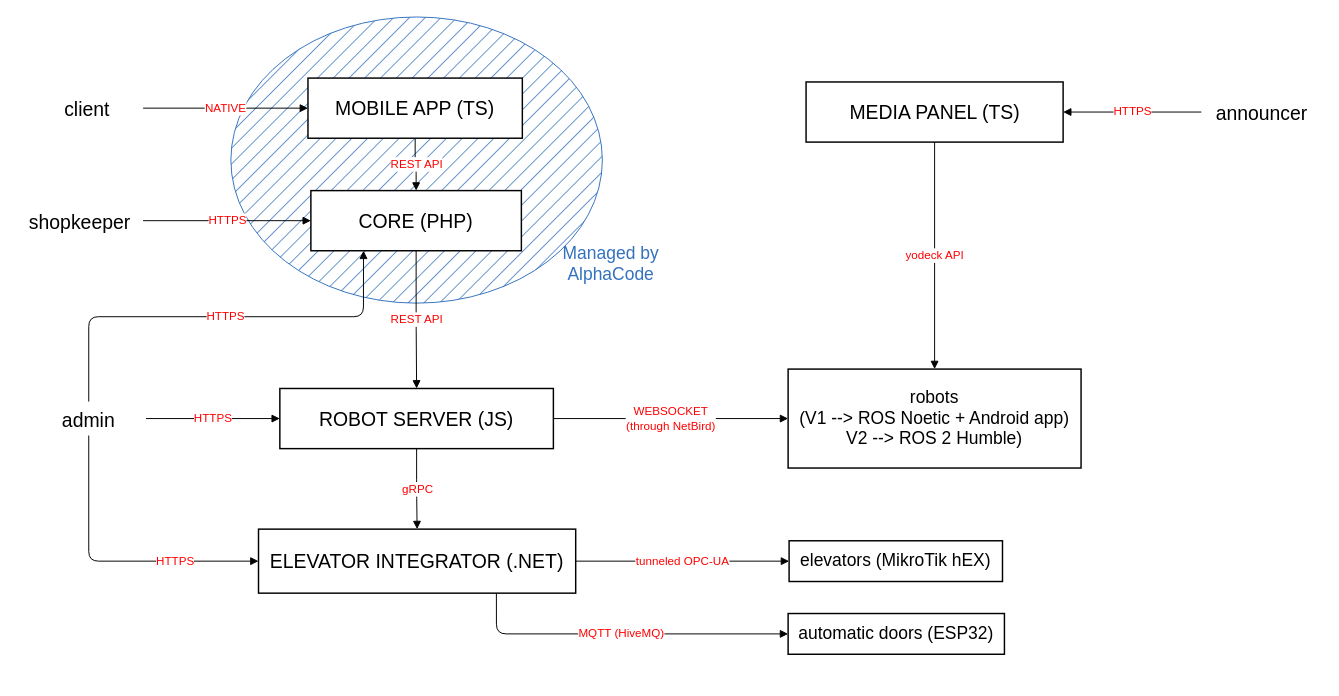
Before: skyfood_architecture.drawio in MekhyW/skyfood-infra, a draw.io diagram. Source tidied: cells renumbered, new cells numbered last; positions are measured from the earlier drawing's top-left corner, leaving out a move shared by most shapes. Both pictures are drawn from the tidied source at 97%, with x=0, y=0 at pixel (16, 16).
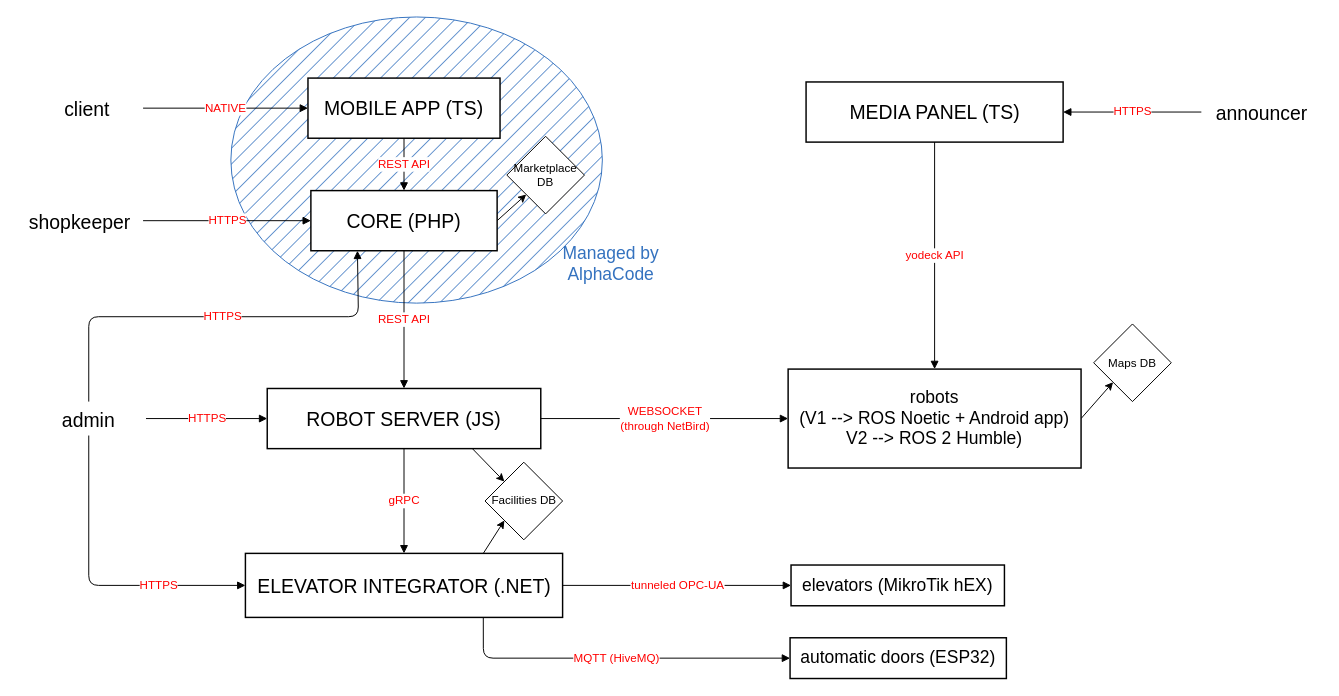
After the change.

The change refers to these unchanged cells:
```xml
<mxCell id="8" value="&lt;font style=&quot;font-size: 18px;&quot;&gt;robots&lt;br&gt;(V1 --&amp;gt; ROS Noetic + Android app)&lt;br&gt;V2 --&amp;gt; ROS 2 Humble)&lt;/font&gt;" style="rounded=0;whiteSpace=wrap;html=1;strokeWidth=1.5;fontSize=16;" parent="1" vertex="1">
  <mxGeometry x="795" y="363" width="302" height="102" as="geometry" />
</mxCell>
<mxCell id="25" value="admin" style="strokeColor=none;fillColor=none;fontSize=20;" parent="1" vertex="1">
  <mxGeometry x="15" y="396.5" width="118" height="35" as="geometry" />
</mxCell>
```

The edit, as a diff of the source:
```diff
@@
     <mxCell id="3" value="MOBILE APP (TS)" style="rounded=0;whiteSpace=wrap;html=1;strokeWidth=1.5;fontSize=20;" parent="1" vertex="1">
-      <mxGeometry x="300" y="63" width="221" height="62" as="geometry" />
+      <mxGeometry x="300" y="63" width="198" height="62" as="geometry" />
     </mxCell>
@@
+    <mxCell id="29" style="edgeStyle=none;html=1;exitX=1;exitY=0.5;exitDx=0;exitDy=0;entryX=0;entryY=1;entryDx=0;entryDy=0;" parent="1" edge="1" source="5" target="33">
+      <mxGeometry relative="1" as="geometry" />
+    </mxCell>
     <mxCell id="5" value="CORE (PHP)" style="rounded=0;whiteSpace=wrap;html=1;strokeWidth=1.5;fontSize=20;" parent="1" vertex="1">
-      <mxGeometry x="303" y="179" width="217" height="62" as="geometry" />
+      <mxGeometry x="303" y="179" width="192" height="62" as="geometry" />
     </mxCell>
+    <mxCell id="30" style="edgeStyle=none;html=1;exitX=0.75;exitY=1;exitDx=0;exitDy=0;entryX=0;entryY=0;entryDx=0;entryDy=0;" parent="1" edge="1" source="6" target="34">
+      <mxGeometry relative="1" as="geometry" />
+    </mxCell>
     <mxCell id="6" value="ROBOT SERVER (JS)" style="rounded=0;whiteSpace=wrap;html=1;strokeWidth=1.5;fontSize=20;" parent="1" vertex="1">
-      <mxGeometry x="271" y="383" width="282" height="62" as="geometry" />
+      <mxGeometry x="258" y="383" width="282" height="62" as="geometry" />
     </mxCell>
+    <mxCell id="31" style="edgeStyle=none;html=1;exitX=0.75;exitY=0;exitDx=0;exitDy=0;entryX=0;entryY=1;entryDx=0;entryDy=0;" parent="1" edge="1" source="7" target="34">
+      <mxGeometry relative="1" as="geometry" />
+    </mxCell>
     <mxCell id="7" value="ELEVATOR INTEGRATOR (.NET)" style="rounded=0;whiteSpace=wrap;html=1;strokeWidth=1.5;fontSize=20;" parent="1" vertex="1">
-      <mxGeometry x="249" y="528" width="327" height="66" as="geometry" />
+      <mxGeometry x="235.5" y="553" width="327" height="66" as="geometry" />
     </mxCell>
+    <mxCell id="32" style="edgeStyle=none;html=1;exitX=1;exitY=0.5;exitDx=0;exitDy=0;entryX=0;entryY=1;entryDx=0;entryDy=0;" parent="1" edge="1" source="8" target="35">
+      <mxGeometry relative="1" as="geometry" />
+    </mxCell>
@@
     <mxCell id="9" value="elevators (MikroTik hEX)" style="rounded=0;whiteSpace=wrap;html=1;strokeWidth=1.5;fontSize=18;" parent="1" vertex="1">
-      <mxGeometry x="796" y="540" width="220" height="42" as="geometry" />
+      <mxGeometry x="798" y="565" width="220" height="42" as="geometry" />
     </mxCell>
     <mxCell id="10" value="automatic doors (ESP32)" style="rounded=0;whiteSpace=wrap;html=1;strokeWidth=1.5;fontSize=18;" parent="1" vertex="1">
-      <mxGeometry x="795" y="615" width="223" height="42" as="geometry" />
+      <mxGeometry x="797" y="640" width="223" height="42" as="geometry" />
     </mxCell>
@@
     <mxCell id="27" value="HTTPS" style="edgeStyle=orthogonalEdgeStyle;html=1;endArrow=block;fontColor=#ff0000;fontSize=12;entryX=0.25;entryY=1;entryDx=0;entryDy=0;exitX=0.5;exitY=0;exitDx=0;exitDy=0;" parent="1" edge="1" source="25" target="5">
       <mxGeometry x="0.04" relative="1" as="geometry">
         <Array as="points">
           <mxPoint x="74" y="309" />
-          <mxPoint x="357" y="309" />
-          <mxPoint x="357" y="241" />
+          <mxPoint x="352" y="309" />
+          <mxPoint x="352" y="241" />
         </Array>
       </mxGeometry>
     </mxCell>
     <mxCell id="28" value="HTTPS" style="edgeStyle=orthogonalEdgeStyle;html=1;endArrow=block;fontColor=#ff0000;fontSize=12;entryX=0;entryY=0.5;entryDx=0;entryDy=0;exitX=0.5;exitY=1;exitDx=0;exitDy=0;" parent="1" edge="1" source="25" target="7">
       <mxGeometry x="0.43" relative="1" as="geometry">
         <Array as="points">
-          <mxPoint x="74" y="561" />
+          <mxPoint x="74" y="586" />
         </Array>
       </mxGeometry>
     </mxCell>
+    <mxCell id="33" value="Marketplace DB" style="rhombus;whiteSpace=wrap;html=1;" parent="1" vertex="1">
+      <mxGeometry x="505" y="123" width="80" height="80" as="geometry" />
+    </mxCell>
+    <mxCell id="34" value="Facilities DB" style="rhombus;whiteSpace=wrap;html=1;" parent="1" vertex="1">
+      <mxGeometry x="482.5" y="459" width="80" height="80" as="geometry" />
+    </mxCell>
+    <mxCell id="35" value="Maps DB" style="rhombus;whiteSpace=wrap;html=1;" parent="1" vertex="1">
+      <mxGeometry x="1110" y="316.5" width="80" height="80" as="geometry" />
+    </mxCell>
```
